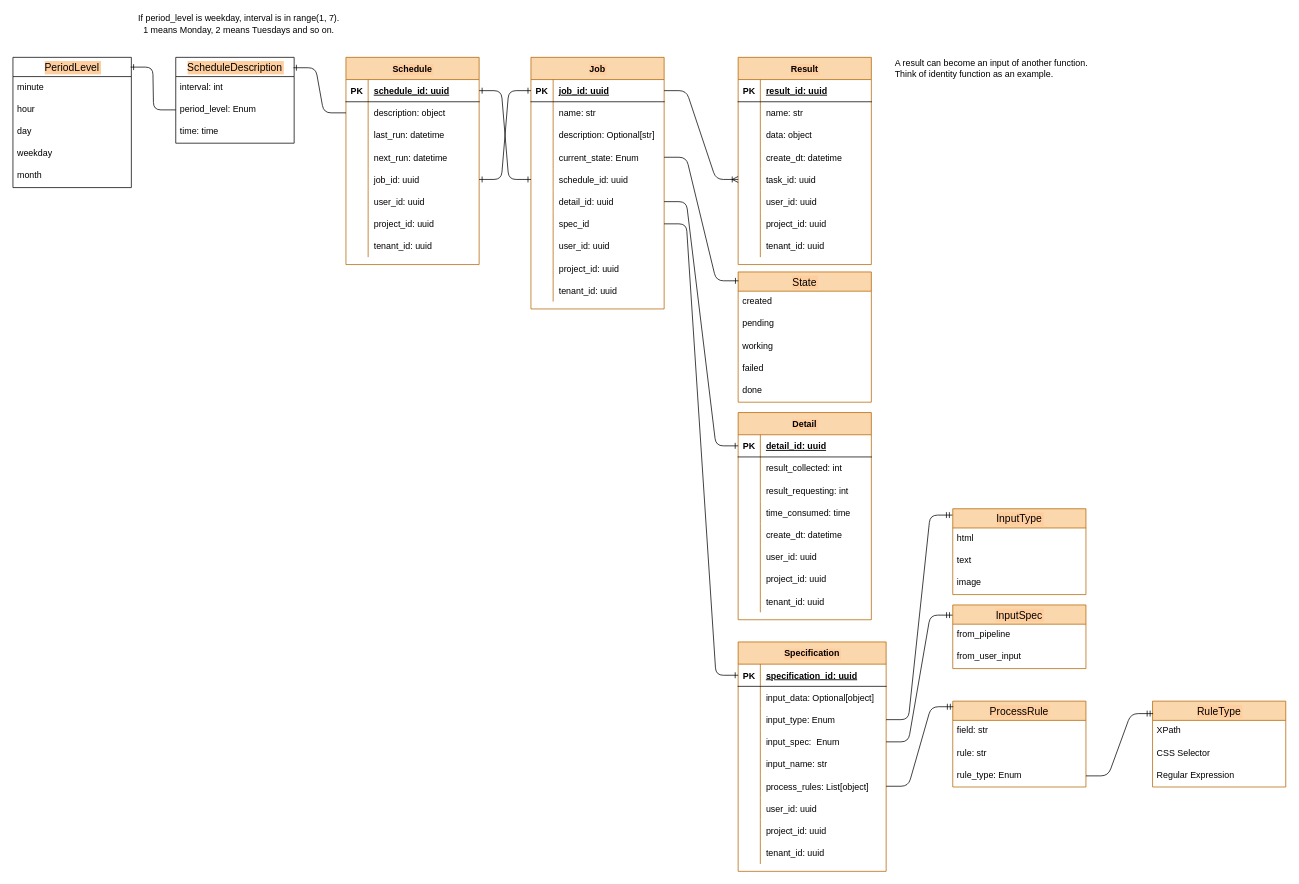
Above: page "Data Processing Service" (2 of 7) of docs/design/PubSent-Models.drawio in LENAX/public-sentiment-analysis (draw.io), before the change. Source tidied: cells renumbered, new cells numbered last; positions are measured from the earlier drawing's top-left corner, leaving out a move shared by most shapes. Both pictures are drawn from the tidied source at 74%, with x=0, y=0 at pixel (13, 13).
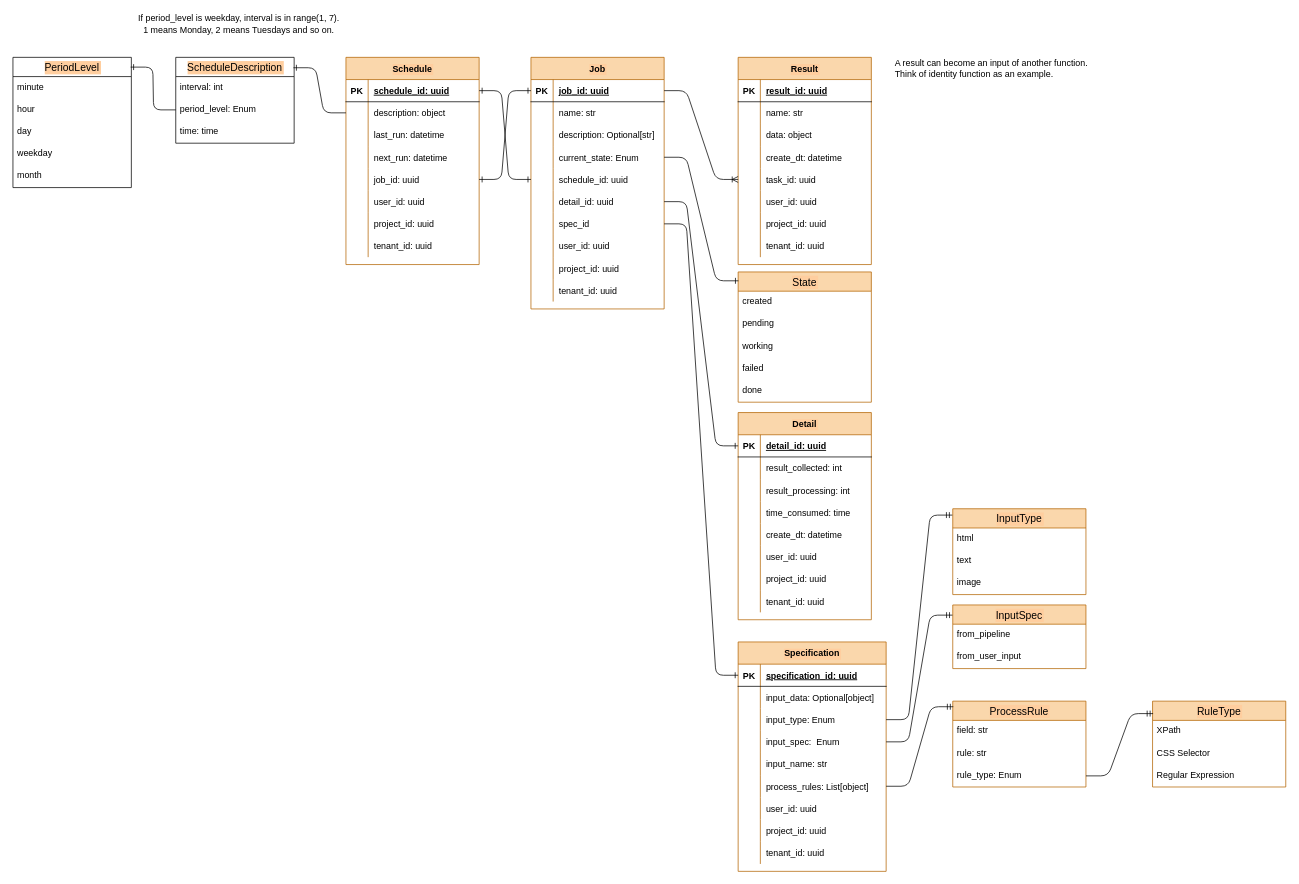
Above is the later version.

Unchanged cells that the change refers to:
```xml
<mxCell id="40" style="shape=partialRectangle;fillColor=none;top=0;left=0;bottom=0;right=0;" parent="33" vertex="1">
  <mxGeometry y="90" width="180" height="30" as="geometry" />
</mxCell>
```

Change to the diagram source:
```diff
@@
-    <mxCell id="42" value="result_requesting: int" style="shape=partialRectangle;fillColor=none;top=0;left=0;bottom=0;right=0;align=left;spacingLeft=6;overflow=hidden;" parent="40" vertex="1">
+    <mxCell id="42" value="result_processing: int" style="shape=partialRectangle;fillColor=none;top=0;left=0;bottom=0;right=0;align=left;spacingLeft=6;overflow=hidden;" parent="40" vertex="1">
       <mxGeometry x="30" width="150" height="30" as="geometry" />
     </mxCell>
```
